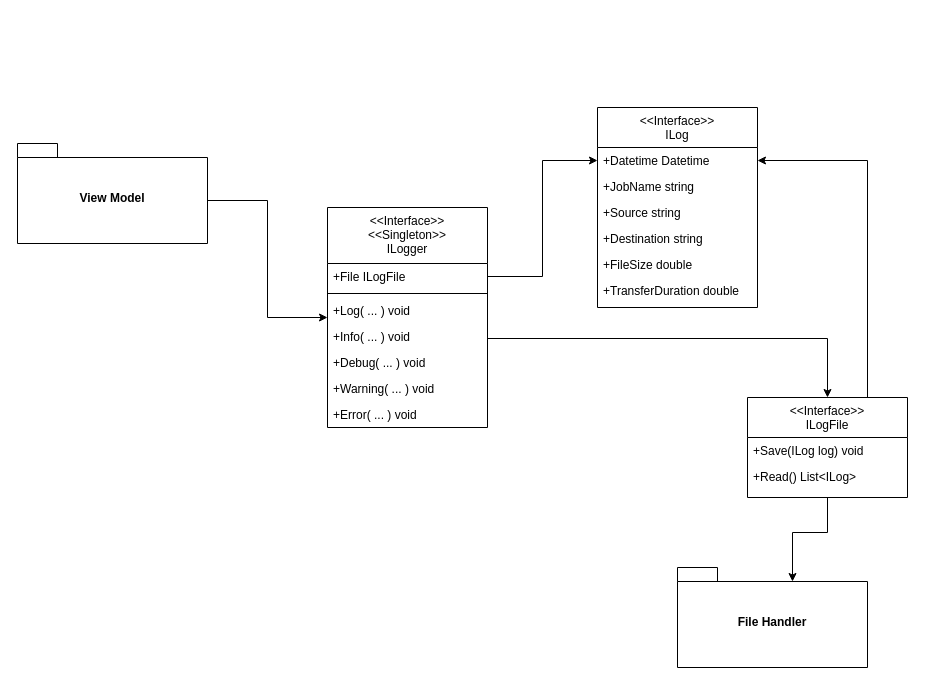
CESI-ORLEANS-INGE/ProjetGenieLogicielGroupe1 keeps this draw.io diagram as page "LOGGER (MODEL)" (3 of 7) of Doc/Diagrams/Source Files/ClassDiagram.drawio. Above is the earlier version. Source tidied: cells renumbered, new cells numbered last; positions are measured from the earlier drawing's top-left corner, leaving out a move shared by most shapes. Both pictures are drawn from the tidied source at 100%, with x=0, y=0 at pixel (17, 107).
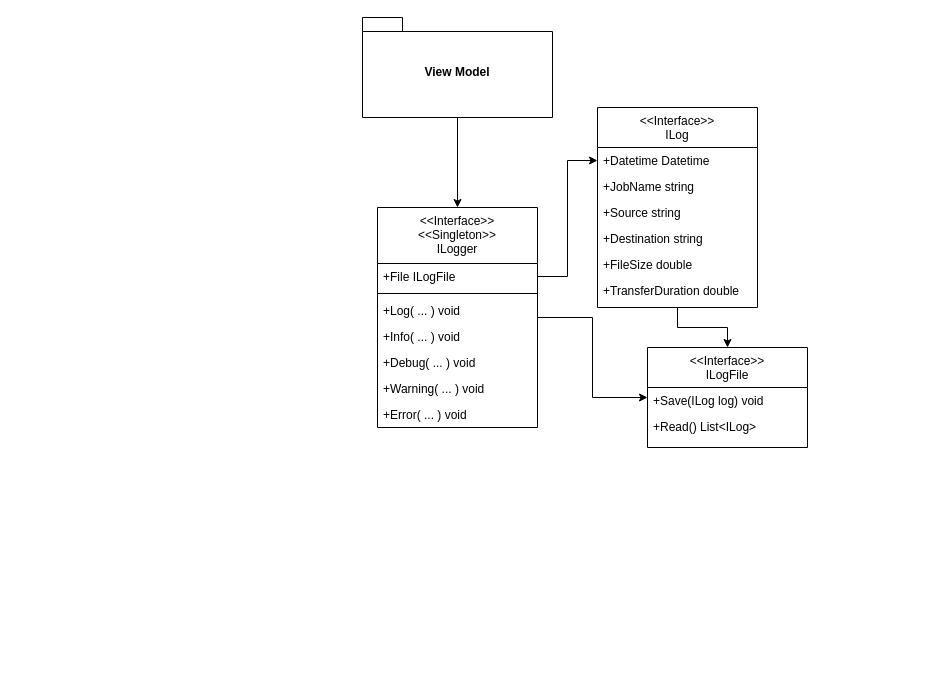
The same page after the edit.

The change refers to these unchanged cells:
```xml
<mxCell id="4" value="+File ILogFile" style="text;align=left;verticalAlign=top;spacingLeft=4;spacingRight=4;overflow=hidden;points=[[0,0.5],[1,0.5]];portConstraint=eastwest;" parent="3" vertex="1">
  <mxGeometry y="56" width="160" height="26" as="geometry" />
</mxCell>
<mxCell id="15" value="&lt;&lt;Interface&gt;&gt;&#10;ILog" style="swimlane;fontStyle=0;align=center;verticalAlign=top;horizontal=1;startSize=40;rounded=0;shadow=0;strokeWidth=1;" parent="1" vertex="1">
  <mxGeometry x="580" width="160" height="200" as="geometry" />
</mxCell>
<mxCell id="16" value="+Datetime Datetime" style="text;align=left;verticalAlign=top;spacingLeft=4;spacingRight=4;overflow=hidden;points=[[0,0.5],[1,0.5]];portConstraint=eastwest;" parent="15" vertex="1">
  <mxGeometry y="40" width="160" height="26" as="geometry" />
</mxCell>
```

What changed in the source:
```diff
@@
-    <mxCell id="2" style="edgeStyle=orthogonalEdgeStyle;rounded=0;jettySize=auto;html=1;exitX=1;exitY=0.5;exitDx=0;exitDy=0;entryX=0.5;entryY=0;entryDx=0;entryDy=0;" parent="1" edge="1" source="4" target="12">
-      <mxGeometry relative="1" as="geometry">
-        <Array as="points">
-          <mxPoint x="810" y="231" />
-        </Array>
-      </mxGeometry>
-    </mxCell>
+    <mxCell id="27" style="edgeStyle=orthogonalEdgeStyle;rounded=0;jettySize=auto;html=1;" parent="1" edge="1" source="3" target="12">
+      <mxGeometry relative="1" as="geometry" />
+    </mxCell>
     <mxCell id="3" value="&lt;&lt;Interface&gt;&gt;&#10;&lt;&lt;Singleton&gt;&gt;&#10;ILogger" style="swimlane;fontStyle=0;align=center;verticalAlign=top;horizontal=1;startSize=56;rounded=0;shadow=0;strokeWidth=1;" parent="1" vertex="1">
-      <mxGeometry x="310" y="100" width="160" height="220" as="geometry" />
+      <mxGeometry x="360" y="100" width="160" height="220" as="geometry" />
     </mxCell>
@@
-    <mxCell id="11" style="edgeStyle=orthogonalEdgeStyle;rounded=0;jettySize=auto;html=1;exitX=0.75;exitY=0;exitDx=0;exitDy=0;entryX=1;entryY=0.5;entryDx=0;entryDy=0;" parent="1" edge="1" source="12" target="16">
-      <mxGeometry relative="1" as="geometry" />
-    </mxCell>
     <mxCell id="12" value="&lt;&lt;Interface&gt;&gt;&#10;ILogFile" style="swimlane;fontStyle=0;align=center;verticalAlign=top;horizontal=1;startSize=40;rounded=0;shadow=0;strokeWidth=1;" parent="1" vertex="1">
-      <mxGeometry x="730" y="290" width="160" height="100" as="geometry" />
+      <mxGeometry x="630" y="240" width="160" height="100" as="geometry" />
     </mxCell>
@@
+    <mxCell id="28" style="edgeStyle=orthogonalEdgeStyle;rounded=0;jettySize=auto;html=1;" parent="1" edge="1" source="15" target="12">
+      <mxGeometry relative="1" as="geometry" />
+    </mxCell>
@@
-    <mxCell id="23" value="File Handler" style="shape=folder;fontStyle=1;spacingTop=10;tabWidth=40;tabHeight=14;tabPosition=left;html=1;whiteSpace=wrap;" parent="1" vertex="1">
-      <mxGeometry x="660" y="460" width="190" height="100" as="geometry" />
-    </mxCell>
-    <mxCell id="24" style="edgeStyle=orthogonalEdgeStyle;shape=connector;rounded=0;jumpStyle=arc;jettySize=auto;html=1;exitX=0.5;exitY=1;exitDx=0;exitDy=0;entryX=0;entryY=0;entryDx=115;entryDy=14;entryPerimeter=0;strokeColor=default;align=center;verticalAlign=middle;fontFamily=Helvetica;fontSize=11;fontColor=default;labelBackgroundColor=default;endArrow=classic;" parent="1" edge="1" source="12" target="23">
-      <mxGeometry relative="1" as="geometry" />
-    </mxCell>
-    <mxCell id="25" style="edgeStyle=orthogonalEdgeStyle;shape=connector;rounded=0;jumpStyle=arc;jettySize=auto;html=1;exitX=0;exitY=0;exitDx=190;exitDy=57;exitPerimeter=0;strokeColor=default;align=center;verticalAlign=middle;fontFamily=Helvetica;fontSize=11;fontColor=default;labelBackgroundColor=default;endArrow=classic;" parent="1" edge="1" source="26" target="3">
+    <mxCell id="25" style="edgeStyle=orthogonalEdgeStyle;shape=connector;rounded=0;jumpStyle=arc;jettySize=auto;html=1;strokeColor=default;align=center;verticalAlign=middle;fontFamily=Helvetica;fontSize=11;fontColor=default;labelBackgroundColor=default;endArrow=classic;" parent="1" edge="1" source="26" target="3">
       <mxGeometry relative="1" as="geometry" />
     </mxCell>
     <mxCell id="26" value="View Model" style="shape=folder;fontStyle=1;spacingTop=10;tabWidth=40;tabHeight=14;tabPosition=left;html=1;whiteSpace=wrap;" parent="1" vertex="1">
-      <mxGeometry y="36" width="190" height="100" as="geometry" />
+      <mxGeometry x="345" y="-90" width="190" height="100" as="geometry" />
     </mxCell>
```
